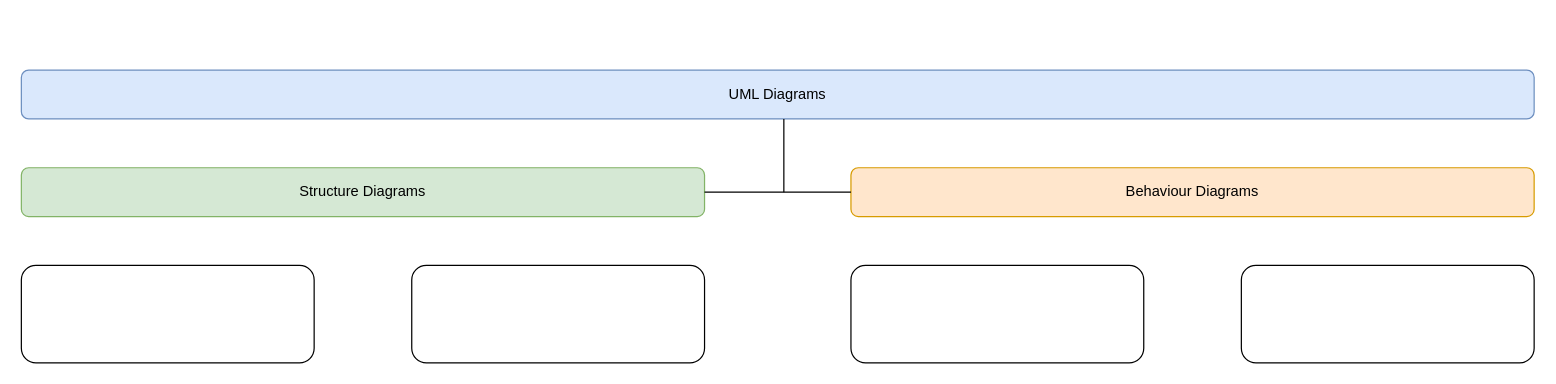
Earlier version of the draw.io diagram UML.drawio (tyk1hc/drawio). Source tidied: cells renumbered, new cells numbered last; positions are measured from the earlier drawing's top-left corner, leaving out a move shared by most shapes. Both pictures are drawn from the tidied source at 122%, with x=0, y=0 at pixel (21, 70).
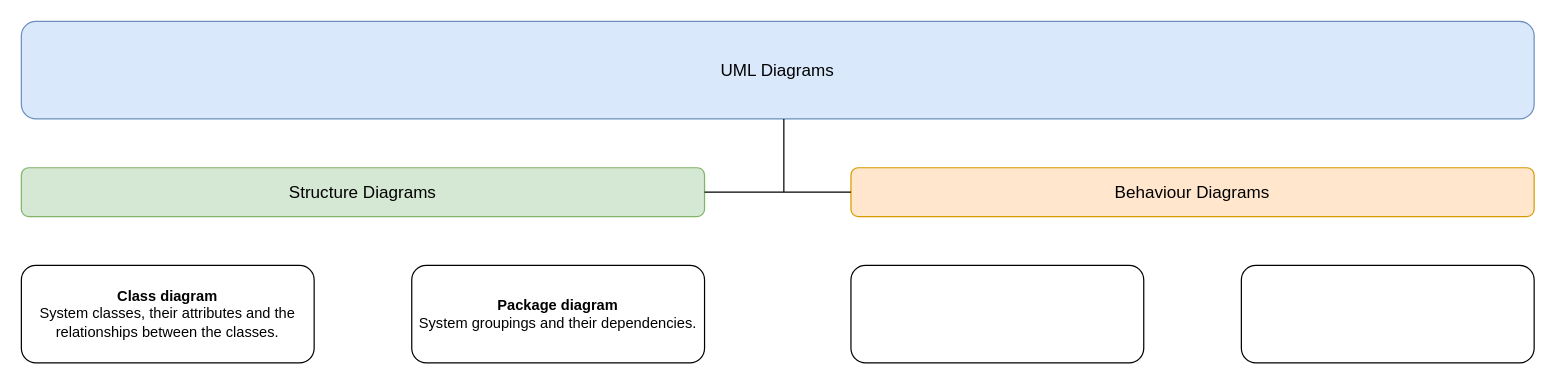
After the change.

The edit, as a diff of the source:
```diff
@@
 <mxGraphModel>
   <root>
     <mxCell id="0" />
     <mxCell id="1" parent="0" />
-    <mxCell id="2" value="&lt;div&gt;UML Diagrams&lt;/div&gt;" style="rounded=1;whiteSpace=wrap;html=1;fillColor=#dae8fc;strokeColor=#6c8ebf;" parent="1" vertex="1">
-      <mxGeometry width="1240" height="40" as="geometry" />
+    <mxCell id="2" value="&lt;div&gt;&lt;font style=&quot;font-size: 14px;&quot;&gt;UML Diagrams&lt;/font&gt;&lt;/div&gt;" style="rounded=1;whiteSpace=wrap;html=1;fillColor=#dae8fc;strokeColor=#6c8ebf;" parent="1" vertex="1">
+      <mxGeometry y="-40" width="1240" height="80" as="geometry" />
     </mxCell>
-    <mxCell id="3" value="Structure Diagrams" style="rounded=1;whiteSpace=wrap;html=1;fillColor=#d5e8d4;strokeColor=#82b366;" parent="1" vertex="1">
+    <mxCell id="3" value="&lt;font style=&quot;font-size: 14px;&quot;&gt;Structure Diagrams&lt;/font&gt;" style="rounded=1;whiteSpace=wrap;html=1;fillColor=#d5e8d4;strokeColor=#82b366;" parent="1" vertex="1">
       <mxGeometry y="80" width="560" height="40" as="geometry" />
     </mxCell>
-    <mxCell id="4" value="Behaviour Diagrams" style="rounded=1;whiteSpace=wrap;html=1;fillColor=#ffe6cc;strokeColor=#d79b00;" parent="1" vertex="1">
+    <mxCell id="4" value="&lt;font style=&quot;font-size: 14px;&quot;&gt;Behaviour Diagrams&lt;/font&gt;" style="rounded=1;whiteSpace=wrap;html=1;fillColor=#ffe6cc;strokeColor=#d79b00;" parent="1" vertex="1">
       <mxGeometry x="680" y="80" width="560" height="40" as="geometry" />
     </mxCell>
     <mxCell id="5" style="endArrow=none;html=1;rounded=0;" parent="1" edge="1">
       <mxGeometry relative="1" as="geometry">
         <mxPoint x="625" y="100" as="sourcePoint" />
         <mxPoint x="625" y="40" as="targetPoint" />
       </mxGeometry>
     </mxCell>
     <mxCell id="6" style="endArrow=none;html=1;rounded=0;exitX=1;exitY=0.5;exitDx=0;exitDy=0;entryX=0;entryY=0.5;entryDx=0;entryDy=0;" parent="1" edge="1" source="3" target="4">
       <mxGeometry relative="1" as="geometry" />
     </mxCell>
-    <mxCell id="7" style="rounded=1;whiteSpace=wrap;html=1;" parent="1" vertex="1">
+    <mxCell id="7" value="&lt;b&gt;Package diagram&lt;br&gt;&lt;/b&gt;System groupings and their dependencies.&lt;b&gt;&lt;br&gt;&lt;/b&gt;" style="rounded=1;whiteSpace=wrap;html=1;" parent="1" vertex="1">
       <mxGeometry x="320" y="160" width="240" height="80" as="geometry" />
     </mxCell>
-    <mxCell id="8" style="rounded=1;whiteSpace=wrap;html=1;" parent="1" vertex="1">
+    <mxCell id="8" value="&lt;b&gt;Class diagram&lt;/b&gt;&lt;br&gt;System classes, their attributes and the relationships between the classes." style="rounded=1;whiteSpace=wrap;html=1;" parent="1" vertex="1">
       <mxGeometry y="160" width="240" height="80" as="geometry" />
     </mxCell>
     <mxCell id="9" style="rounded=1;whiteSpace=wrap;html=1;" parent="1" vertex="1">
       <mxGeometry x="680" y="160" width="240" height="80" as="geometry" />
     </mxCell>
     <mxCell id="10" style="rounded=1;whiteSpace=wrap;html=1;" parent="1" vertex="1">
       <mxGeometry x="1000" y="160" width="240" height="80" as="geometry" />
     </mxCell>
   </root>
 </mxGraphModel>
```
